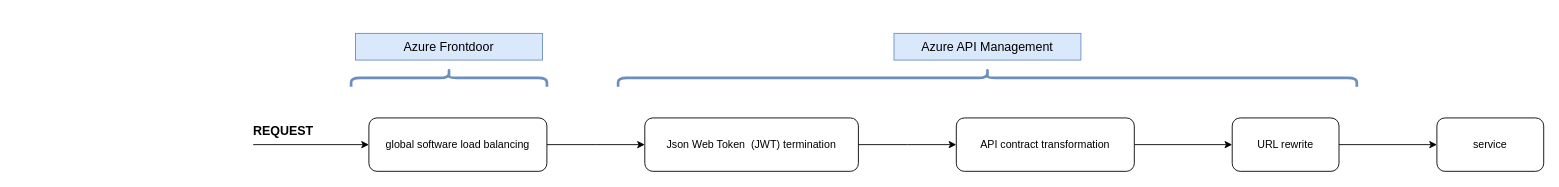
JakubNer/az-reverse-proxy-options keeps this draw.io diagram as assets/management.drawio. Above is the earlier version. Source tidied: cells renumbered, new cells numbered last; positions are measured from the earlier drawing's top-left corner, leaving out a move shared by most shapes. Both pictures are drawn from the tidied source at 89%, with x=0, y=0 at pixel (253, -292).
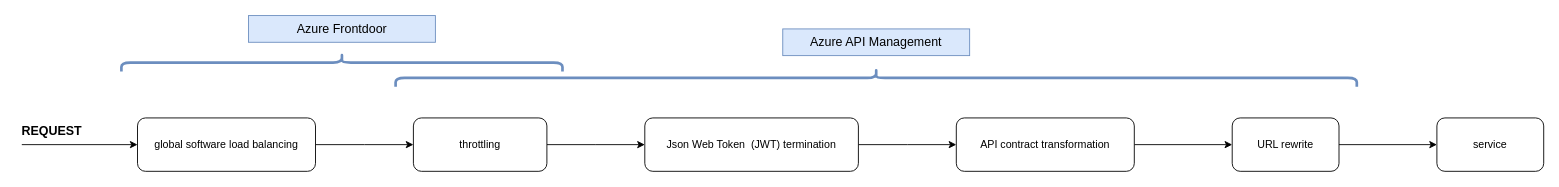
After the change.

The edit, as a diff of the source:
```diff
@@
-    <mxCell id="2" style="edgeStyle=orthogonalEdgeStyle;rounded=0;jettySize=auto;html=1;" parent="1" edge="1" source="3">
-      <mxGeometry relative="1" as="geometry">
-        <mxPoint x="440" y="490" as="targetPoint" />
-      </mxGeometry>
-    </mxCell>
-    <mxCell id="3" value="global software load balancing" style="rounded=1;whiteSpace=wrap;html=1;" parent="1" vertex="1">
-      <mxGeometry x="130" y="460" width="200" height="60" as="geometry" />
-    </mxCell>
@@
-    <mxCell id="9" style="endArrow=classic;html=1;rounded=0;entryX=0;entryY=0.5;entryDx=0;entryDy=0;" parent="1" edge="1" target="3">
-      <mxGeometry relative="1" as="geometry">
-        <mxPoint y="490" as="sourcePoint" />
-      </mxGeometry>
-    </mxCell>
-    <mxCell id="10" value="REQUEST" style="text;html=1;strokeColor=none;fillColor=none;align=center;verticalAlign=middle;whiteSpace=wrap;rounded=0;fontSize=14;fontStyle=1;" parent="1" vertex="1">
-      <mxGeometry x="4" y="460" width="60" height="30" as="geometry" />
-    </mxCell>
@@
     <mxCell id="13" style="shape=curlyBracket;whiteSpace=wrap;html=1;rounded=1;flipH=1;rotation=-90;fillColor=#dae8fc;strokeColor=#6c8ebf;strokeWidth=3;" parent="1" vertex="1">
-      <mxGeometry x="210" y="305" width="20" height="220" as="geometry" />
+      <mxGeometry x="89.7" y="150" width="20" height="495.6" as="geometry" />
     </mxCell>
     <mxCell id="14" style="shape=curlyBracket;whiteSpace=wrap;html=1;rounded=1;flipH=1;rotation=-90;fillColor=#dae8fc;strokeColor=#6c8ebf;strokeWidth=3;" parent="1" vertex="1">
-      <mxGeometry x="815" width="20" height="830" as="geometry" />
+      <mxGeometry x="690" y="-125" width="20" height="1080" as="geometry" />
     </mxCell>
     <mxCell id="15" value="Azure Frontdoor" style="text;html=1;strokeColor=#6c8ebf;fillColor=#dae8fc;align=center;verticalAlign=middle;whiteSpace=wrap;rounded=0;fontSize=14;" parent="1" vertex="1">
-      <mxGeometry x="115" y="365" width="210" height="30" as="geometry" />
+      <mxGeometry x="-5.3" y="345" width="210" height="30" as="geometry" />
     </mxCell>
     <mxCell id="16" value="Azure API Management" style="text;html=1;strokeColor=#6c8ebf;fillColor=#dae8fc;align=center;verticalAlign=middle;whiteSpace=wrap;rounded=0;fontSize=14;" parent="1" vertex="1">
-      <mxGeometry x="720" y="365" width="210" height="30" as="geometry" />
+      <mxGeometry x="595" y="360" width="210" height="30" as="geometry" />
     </mxCell>
+    <mxCell id="17" style="edgeStyle=orthogonalEdgeStyle;rounded=0;jettySize=auto;html=1;" parent="1" edge="1" source="3">
+      <mxGeometry relative="1" as="geometry">
+        <mxPoint x="180" y="490" as="targetPoint" />
+      </mxGeometry>
+    </mxCell>
+    <mxCell id="3" value="global software load balancing" style="rounded=1;whiteSpace=wrap;html=1;" parent="1" vertex="1">
+      <mxGeometry x="-130" y="460" width="200" height="60" as="geometry" />
+    </mxCell>
+    <mxCell id="18" style="endArrow=classic;html=1;rounded=0;entryX=0;entryY=0.5;entryDx=0;entryDy=0;" parent="1" edge="1" target="3">
+      <mxGeometry relative="1" as="geometry">
+        <mxPoint x="-260" y="490" as="sourcePoint" />
+      </mxGeometry>
+    </mxCell>
+    <mxCell id="10" value="REQUEST" style="text;html=1;strokeColor=none;fillColor=none;align=center;verticalAlign=middle;whiteSpace=wrap;rounded=0;fontSize=14;fontStyle=1;" parent="1" vertex="1">
+      <mxGeometry x="-256" y="460" width="60" height="30" as="geometry" />
+    </mxCell>
+    <mxCell id="19" style="edgeStyle=orthogonalEdgeStyle;rounded=0;jettySize=auto;html=1;entryX=0;entryY=0.5;entryDx=0;entryDy=0;" parent="1" edge="1" source="20">
+      <mxGeometry relative="1" as="geometry">
+        <mxPoint x="440" y="490" as="targetPoint" />
+      </mxGeometry>
+    </mxCell>
+    <mxCell id="20" value="throttling" style="rounded=1;whiteSpace=wrap;html=1;" parent="1" vertex="1">
+      <mxGeometry x="180" y="460" width="150" height="60" as="geometry" />
+    </mxCell>
```
